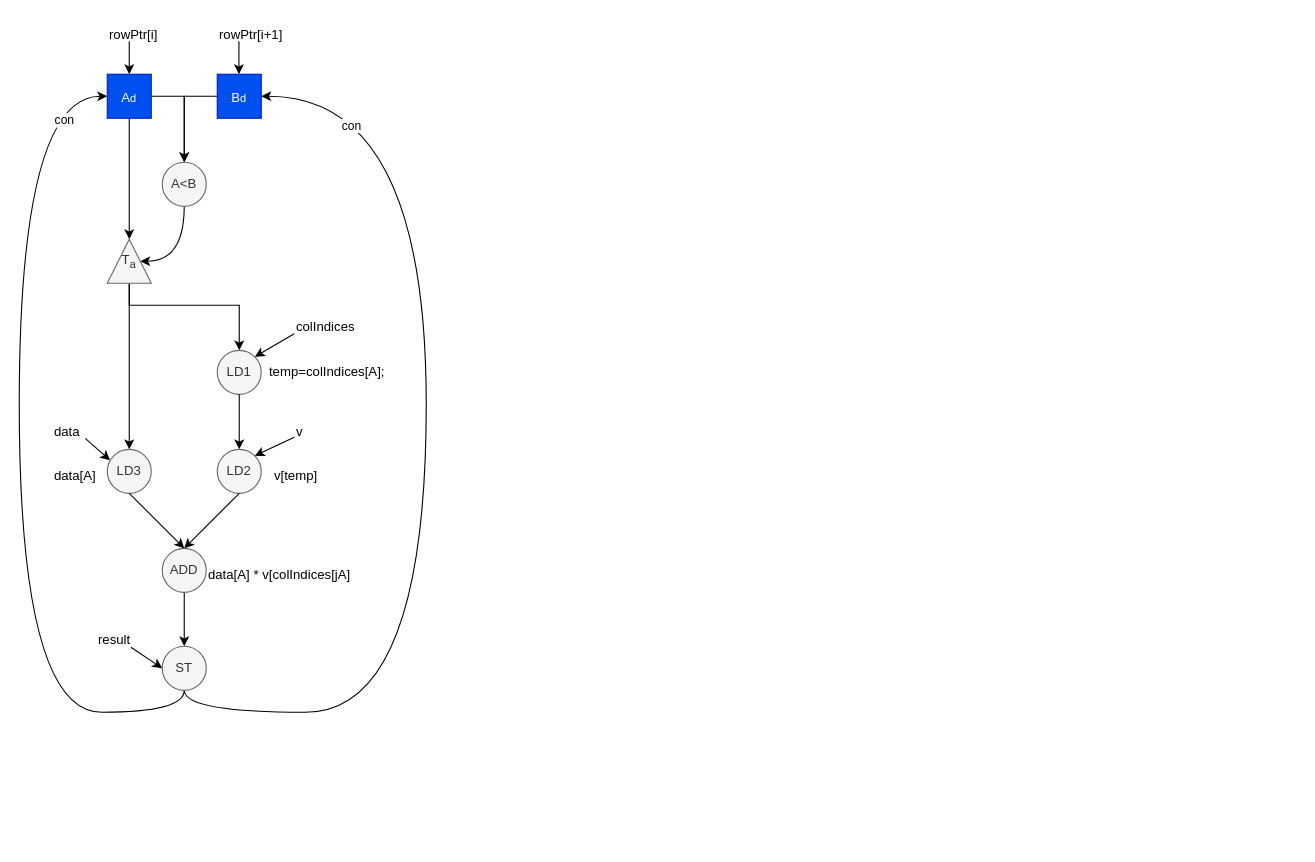
Earlier version of the draw.io diagram test01.drawio (HPC-SDC/Operator). Source tidied: cells renumbered, new cells numbered last; positions are measured from the earlier drawing's top-left corner, leaving out a move shared by most shapes. Both pictures are drawn from the tidied source at 110%, with x=0, y=0 at pixel (19, 19).
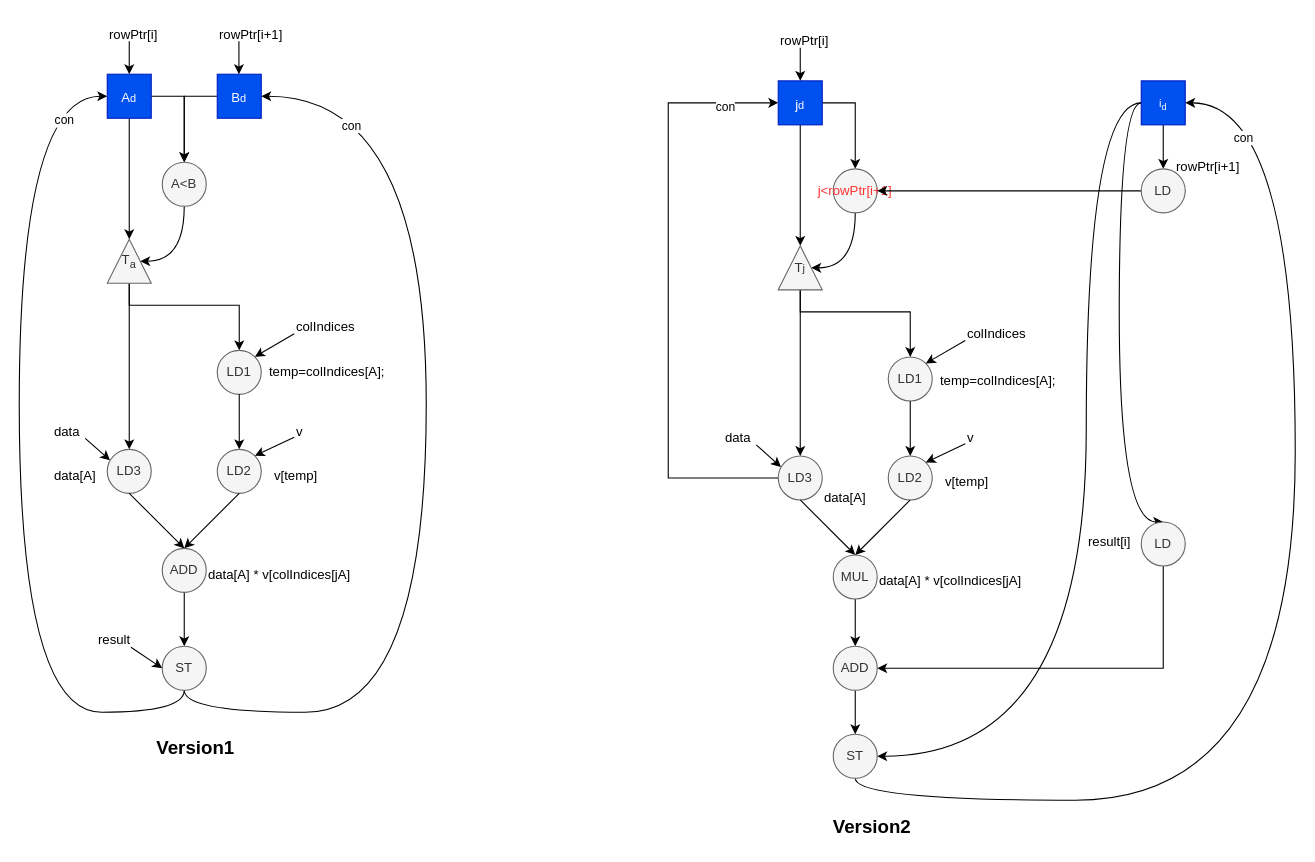
The same page after the edit.

What changed in the source:
```diff
@@
+    <mxCell id="41" style="edgeStyle=orthogonalEdgeStyle;rounded=0;jettySize=auto;html=1;exitX=0;exitY=0.5;exitDx=0;exitDy=0;entryX=0;entryY=0.5;entryDx=0;entryDy=0;" parent="1" edge="1" source="43" target="57">
+      <mxGeometry relative="1" as="geometry">
+        <Array as="points">
+          <mxPoint x="590" y="417" />
+          <mxPoint x="590" y="76" />
+        </Array>
+      </mxGeometry>
+    </mxCell>
+    <mxCell id="42" value="con" style="edgeLabel;html=1;align=center;verticalAlign=middle;" parent="41" vertex="1">
+      <mxGeometry x="0.82" y="-3" relative="1" as="geometry" />
+    </mxCell>
+    <mxCell id="43" value="LD3" style="ellipse;whiteSpace=wrap;html=1;fillColor=#f5f5f5;fontColor=#333333;strokeColor=#666666;" parent="1" vertex="1">
+      <mxGeometry x="690" y="397" width="40" height="40" as="geometry" />
+    </mxCell>
+    <mxCell id="44" value="LD1" style="ellipse;whiteSpace=wrap;html=1;fillColor=#f5f5f5;fontColor=#333333;strokeColor=#666666;" parent="1" vertex="1">
+      <mxGeometry x="790" y="307" width="40" height="40" as="geometry" />
+    </mxCell>
+    <mxCell id="45" value="LD2" style="ellipse;whiteSpace=wrap;html=1;fillColor=#f5f5f5;fontColor=#333333;strokeColor=#666666;" parent="1" vertex="1">
+      <mxGeometry x="790" y="397" width="40" height="40" as="geometry" />
+    </mxCell>
+    <mxCell id="46" style="edgeStyle=orthogonalEdgeStyle;rounded=0;jettySize=auto;html=1;exitX=0.5;exitY=1;exitDx=0;exitDy=0;entryX=0.5;entryY=0;entryDx=0;entryDy=0;" parent="1" edge="1" source="47" target="86">
+      <mxGeometry relative="1" as="geometry" />
+    </mxCell>
+    <mxCell id="47" value="MUL" style="ellipse;whiteSpace=wrap;html=1;fillColor=#f5f5f5;fontColor=#333333;strokeColor=#666666;" parent="1" vertex="1">
+      <mxGeometry x="740" y="487" width="40" height="40" as="geometry" />
+    </mxCell>
+    <mxCell id="48" style="endArrow=classic;html=1;rounded=0;exitX=0.5;exitY=1;exitDx=0;exitDy=0;entryX=0.5;entryY=0;entryDx=0;entryDy=0;" parent="1" edge="1" source="44" target="45">
+      <mxGeometry relative="1" as="geometry" />
+    </mxCell>
+    <mxCell id="49" style="endArrow=classic;html=1;rounded=0;exitX=0.5;exitY=1;exitDx=0;exitDy=0;entryX=0.5;entryY=0;entryDx=0;entryDy=0;" parent="1" edge="1" source="45" target="47">
+      <mxGeometry relative="1" as="geometry" />
+    </mxCell>
+    <mxCell id="50" style="endArrow=classic;html=1;rounded=0;exitX=0.5;exitY=1;exitDx=0;exitDy=0;entryX=0.5;entryY=0;entryDx=0;entryDy=0;" parent="1" edge="1" source="43" target="47">
+      <mxGeometry relative="1" as="geometry" />
+    </mxCell>
+    <mxCell id="51" value="temp=colIndices[A];" style="text;strokeColor=none;align=center;fillColor=none;html=1;verticalAlign=middle;whiteSpace=wrap;rounded=0;" parent="1" vertex="1">
+      <mxGeometry x="860" y="316" width="60" height="26" as="geometry" />
+    </mxCell>
+    <mxCell id="52" value="data[A]" style="text;whiteSpace=wrap;" parent="1" vertex="1">
+      <mxGeometry x="730" y="421" width="70" height="40" as="geometry" />
+    </mxCell>
+    <mxCell id="53" value="v[temp]" style="text;whiteSpace=wrap;" parent="1" vertex="1">
+      <mxGeometry x="840" y="407" width="70" height="40" as="geometry" />
+    </mxCell>
+    <mxCell id="54" value="data[A] * v[colIndices[jA]" style="text;whiteSpace=wrap;" parent="1" vertex="1">
+      <mxGeometry x="780" y="497" width="150" height="40" as="geometry" />
+    </mxCell>
+    <mxCell id="55" style="edgeStyle=orthogonalEdgeStyle;rounded=0;jettySize=auto;html=1;exitX=1;exitY=0.5;exitDx=0;exitDy=0;entryX=0.5;entryY=0;entryDx=0;entryDy=0;" parent="1" edge="1" source="57" target="65">
+      <mxGeometry relative="1" as="geometry" />
+    </mxCell>
+    <mxCell id="56" style="edgeStyle=orthogonalEdgeStyle;rounded=0;jettySize=auto;html=1;exitX=0.5;exitY=1;exitDx=0;exitDy=0;entryX=1;entryY=0.5;entryDx=0;entryDy=0;" parent="1" edge="1" source="57" target="68">
+      <mxGeometry relative="1" as="geometry" />
+    </mxCell>
+    <mxCell id="57" value="&lt;sub&gt;&lt;span style=&quot;font-size: 12px;&quot;&gt;j&lt;/span&gt;d&lt;/sub&gt;" style="whiteSpace=wrap;html=1;fillColor=#0050ef;strokeColor=#001DBC;fontColor=#ffffff;" parent="1" vertex="1">
+      <mxGeometry x="690" y="56" width="40" height="40" as="geometry" />
+    </mxCell>
+    <mxCell id="58" style="edgeStyle=orthogonalEdgeStyle;rounded=0;jettySize=auto;html=1;exitX=0.5;exitY=1;exitDx=0;exitDy=0;entryX=0.5;entryY=0;entryDx=0;entryDy=0;" parent="1" edge="1" source="61" target="82">
+      <mxGeometry relative="1" as="geometry" />
+    </mxCell>
+    <mxCell id="59" style="edgeStyle=orthogonalEdgeStyle;rounded=0;jettySize=auto;html=1;exitX=0;exitY=0.5;exitDx=0;exitDy=0;entryX=0.5;entryY=0;entryDx=0;entryDy=0;curved=1;" parent="1" edge="1" source="61" target="84">
+      <mxGeometry relative="1" as="geometry">
+        <Array as="points">
+          <mxPoint x="1000" y="76" />
+          <mxPoint x="1000" y="457" />
+        </Array>
+      </mxGeometry>
+    </mxCell>
+    <mxCell id="60" style="edgeStyle=orthogonalEdgeStyle;rounded=0;jettySize=auto;html=1;exitX=0;exitY=0.5;exitDx=0;exitDy=0;entryX=1;entryY=0.5;entryDx=0;entryDy=0;curved=1;" parent="1" edge="1" source="61" target="77">
+      <mxGeometry relative="1" as="geometry">
+        <Array as="points">
+          <mxPoint x="970" y="76" />
+          <mxPoint x="970" y="670" />
+        </Array>
+      </mxGeometry>
+    </mxCell>
+    <mxCell id="61" value="&lt;span style=&quot;font-size: 10px;&quot;&gt;i&lt;sub&gt;d&lt;/sub&gt;&lt;/span&gt;" style="whiteSpace=wrap;html=1;fillColor=#0050ef;strokeColor=#001DBC;fontColor=#ffffff;" parent="1" vertex="1">
+      <mxGeometry x="1020" y="56" width="40" height="40" as="geometry" />
+    </mxCell>
+    <mxCell id="62" style="endArrow=classic;html=1;rounded=0;entryX=0.5;entryY=0;entryDx=0;entryDy=0;" parent="1" edge="1" target="57">
+      <mxGeometry relative="1" as="geometry">
+        <mxPoint x="710" y="26" as="sourcePoint" />
+      </mxGeometry>
+    </mxCell>
+    <mxCell id="63" value="rowPtr[i]" style="text;whiteSpace=wrap;" parent="1" vertex="1">
+      <mxGeometry x="690" y="6" width="80" height="40" as="geometry" />
+    </mxCell>
+    <mxCell id="64" style="edgeStyle=orthogonalEdgeStyle;rounded=0;jettySize=auto;html=1;exitX=0.5;exitY=1;exitDx=0;exitDy=0;entryX=0.5;entryY=1;entryDx=0;entryDy=0;curved=1;" parent="1" edge="1" source="65" target="68">
+      <mxGeometry relative="1" as="geometry">
+        <Array as="points">
+          <mxPoint x="760" y="226" />
+        </Array>
+      </mxGeometry>
+    </mxCell>
+    <mxCell id="65" value="&lt;font color=&quot;#ff3333&quot;&gt;j&amp;lt;rowPtr[i+1]&lt;/font&gt;" style="ellipse;whiteSpace=wrap;html=1;fillColor=#f5f5f5;fontColor=#333333;strokeColor=#666666;" parent="1" vertex="1">
+      <mxGeometry x="740" y="136" width="40" height="40" as="geometry" />
+    </mxCell>
+    <mxCell id="66" style="edgeStyle=orthogonalEdgeStyle;rounded=0;jettySize=auto;html=1;exitX=0;exitY=0.5;exitDx=0;exitDy=0;entryX=0.5;entryY=0;entryDx=0;entryDy=0;" parent="1" edge="1" source="68" target="43">
+      <mxGeometry relative="1" as="geometry" />
+    </mxCell>
+    <mxCell id="67" style="edgeStyle=orthogonalEdgeStyle;rounded=0;jettySize=auto;html=1;exitX=0;exitY=0.5;exitDx=0;exitDy=0;entryX=0.5;entryY=0;entryDx=0;entryDy=0;" parent="1" edge="1" source="68" target="44">
+      <mxGeometry relative="1" as="geometry">
+        <Array as="points">
+          <mxPoint x="710" y="266" />
+        </Array>
+      </mxGeometry>
+    </mxCell>
+    <mxCell id="68" value="T&lt;span style=&quot;font-size: 10px;&quot;&gt;j&lt;/span&gt;" style="triangle;whiteSpace=wrap;html=1;direction=north;fillColor=#f5f5f5;fontColor=#333333;strokeColor=#666666;" parent="1" vertex="1">
+      <mxGeometry x="690" y="206" width="40" height="40" as="geometry" />
+    </mxCell>
+    <mxCell id="69" value="data" style="text;whiteSpace=wrap;" parent="1" vertex="1">
+      <mxGeometry x="640" y="367" width="70" height="40" as="geometry" />
+    </mxCell>
+    <mxCell id="70" value="colIndices" style="text;whiteSpace=wrap;" parent="1" vertex="1">
+      <mxGeometry x="860" y="272" width="70" height="40" as="geometry" />
+    </mxCell>
+    <mxCell id="71" value="v" style="text;whiteSpace=wrap;" parent="1" vertex="1">
+      <mxGeometry x="860" y="367" width="20" height="19" as="geometry" />
+    </mxCell>
+    <mxCell id="72" style="endArrow=classic;html=1;rounded=0;entryX=0.75;entryY=1;entryDx=0;entryDy=0;" parent="1" edge="1" target="69">
+      <mxGeometry relative="1" as="geometry">
+        <mxPoint x="670" y="387" as="sourcePoint" />
+      </mxGeometry>
+    </mxCell>
+    <mxCell id="73" style="endArrow=classic;html=1;rounded=0;entryX=1;entryY=0;entryDx=0;entryDy=0;exitX=0;exitY=0.5;exitDx=0;exitDy=0;" parent="1" edge="1" source="70" target="44">
+      <mxGeometry relative="1" as="geometry" />
+    </mxCell>
+    <mxCell id="74" style="endArrow=classic;html=1;rounded=0;exitX=0;exitY=1;exitDx=0;exitDy=0;entryX=1;entryY=0;entryDx=0;entryDy=0;" parent="1" edge="1" source="71" target="45">
+      <mxGeometry relative="1" as="geometry" />
+    </mxCell>
+    <mxCell id="75" style="edgeStyle=orthogonalEdgeStyle;rounded=0;jettySize=auto;html=1;exitX=0.5;exitY=1;exitDx=0;exitDy=0;entryX=1;entryY=0.5;entryDx=0;entryDy=0;curved=1;" parent="1" edge="1" source="77" target="61">
+      <mxGeometry relative="1" as="geometry">
+        <Array as="points">
+          <mxPoint x="760" y="710" />
+          <mxPoint x="1160" y="710" />
+          <mxPoint x="1160" y="76" />
+        </Array>
+      </mxGeometry>
+    </mxCell>
+    <mxCell id="76" value="con" style="edgeLabel;html=1;align=center;verticalAlign=middle;" parent="75" vertex="1">
+      <mxGeometry x="0.91" y="31" relative="1" as="geometry" />
+    </mxCell>
+    <mxCell id="77" value="ST" style="ellipse;whiteSpace=wrap;html=1;fillColor=#f5f5f5;fontColor=#333333;strokeColor=#666666;" parent="1" vertex="1">
+      <mxGeometry x="740" y="650" width="40" height="40" as="geometry" />
+    </mxCell>
+    <mxCell id="78" value="result[i]" style="text;whiteSpace=wrap;" parent="1" vertex="1">
+      <mxGeometry x="970" y="461" width="30" height="20" as="geometry" />
+    </mxCell>
+    <mxCell id="79" value="&lt;b&gt;&lt;font style=&quot;font-size: 17px;&quot;&gt;Version1&lt;/font&gt;&lt;/b&gt;" style="text;html=1;align=center;verticalAlign=middle;strokeColor=none;fillColor=none;" parent="1" vertex="1">
+      <mxGeometry x="115" y="648" width="90" height="30" as="geometry" />
+    </mxCell>
+    <mxCell id="80" value="&lt;b&gt;&lt;font style=&quot;font-size: 17px;&quot;&gt;Version2&lt;br&gt;&lt;/font&gt;&lt;/b&gt;" style="text;html=1;align=center;verticalAlign=middle;strokeColor=none;fillColor=none;" parent="1" vertex="1">
+      <mxGeometry x="730" y="720" width="90" height="30" as="geometry" />
+    </mxCell>
+    <mxCell id="81" style="edgeStyle=orthogonalEdgeStyle;rounded=0;jettySize=auto;html=1;exitX=0;exitY=0.5;exitDx=0;exitDy=0;entryX=1;entryY=0.5;entryDx=0;entryDy=0;" parent="1" edge="1" source="82" target="65">
+      <mxGeometry relative="1" as="geometry" />
+    </mxCell>
+    <mxCell id="82" value="LD" style="ellipse;whiteSpace=wrap;html=1;fillColor=#f5f5f5;fontColor=#333333;strokeColor=#666666;" parent="1" vertex="1">
+      <mxGeometry x="1020" y="136" width="40" height="40" as="geometry" />
+    </mxCell>
+    <mxCell id="83" style="edgeStyle=orthogonalEdgeStyle;rounded=0;jettySize=auto;html=1;exitX=0.5;exitY=1;exitDx=0;exitDy=0;entryX=1;entryY=0.5;entryDx=0;entryDy=0;" parent="1" edge="1" source="84" target="86">
+      <mxGeometry relative="1" as="geometry" />
+    </mxCell>
+    <mxCell id="84" value="LD" style="ellipse;whiteSpace=wrap;html=1;fillColor=#f5f5f5;fontColor=#333333;strokeColor=#666666;" parent="1" vertex="1">
+      <mxGeometry x="1020" y="457" width="40" height="40" as="geometry" />
+    </mxCell>
+    <mxCell id="85" style="edgeStyle=orthogonalEdgeStyle;rounded=0;jettySize=auto;html=1;exitX=0.5;exitY=1;exitDx=0;exitDy=0;entryX=0.5;entryY=0;entryDx=0;entryDy=0;" parent="1" edge="1" source="86" target="77">
+      <mxGeometry relative="1" as="geometry" />
+    </mxCell>
+    <mxCell id="86" value="ADD" style="ellipse;whiteSpace=wrap;html=1;fillColor=#f5f5f5;fontColor=#333333;strokeColor=#666666;" parent="1" vertex="1">
+      <mxGeometry x="740" y="570" width="40" height="40" as="geometry" />
+    </mxCell>
+    <mxCell id="87" value="rowPtr[i+1]" style="text;whiteSpace=wrap;" parent="1" vertex="1">
+      <mxGeometry x="1050" y="120" width="80" height="40" as="geometry" />
+    </mxCell>
```
